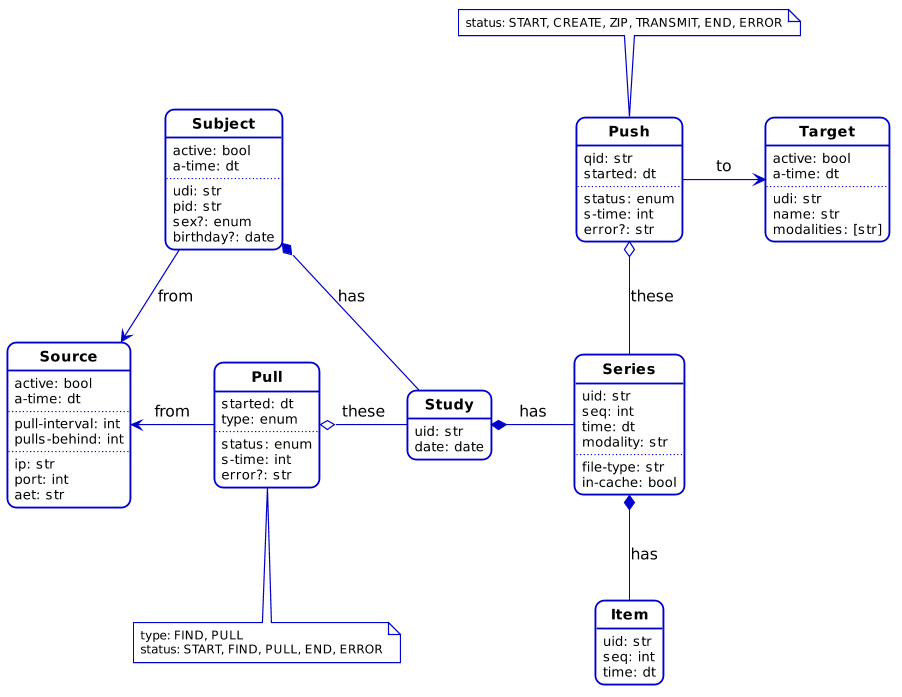
Earlier version of the PlantUML export docs/pull-push.png (shumy-tools/cad-proxy).
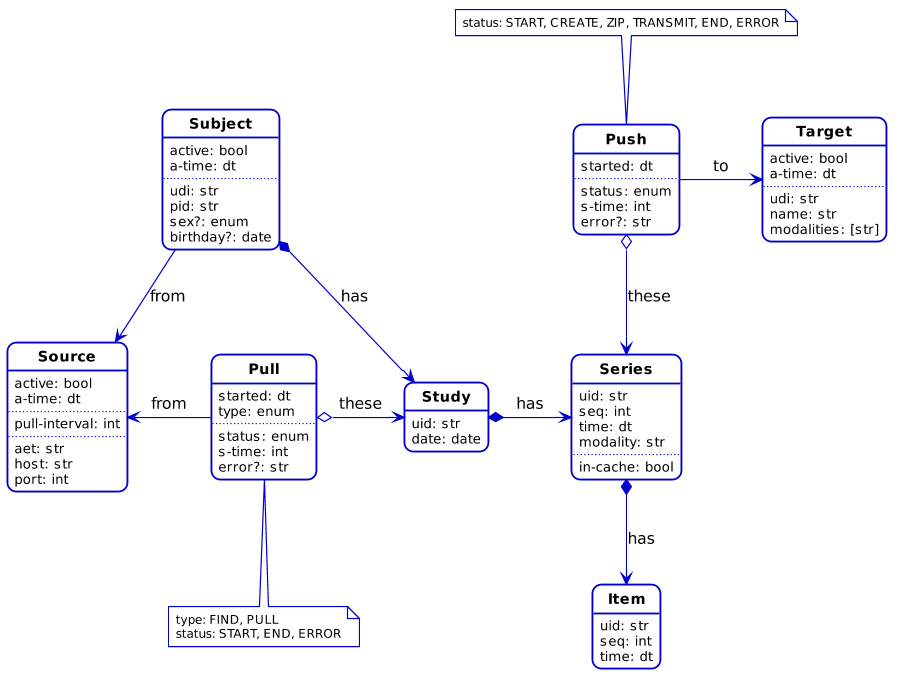
The same file after the commit.

The edit, as a diff of the source:
```diff
@@ -34,11 +34,10 @@
   a-time: dt
   ..
   pull-interval: int
-  pulls-behind: int
   ..
-  ip: str
+  aet: str
+  host: str
   port: int
-  aet: str
 }
 
 class Pull {
@@ -51,7 +50,7 @@
 }
 note bottom
   type: FIND, PULL
-  status: START, FIND, PULL, END, ERROR
+  status: START, END, ERROR
 end note
 
 class Subject {
@@ -76,7 +75,6 @@
   time: dt
   modality: str
   ..
-  file-type: str
   in-cache: bool
 }
 
@@ -87,7 +85,6 @@
 }
 
 class Push {
-  qid: str
   started: dt
   ..
   status: enum
@@ -109,15 +106,15 @@
 
 
 Pull -left-> Source:from
-Pull o-right- Study:these
+Pull o-right-> Study:these
 
 Subject --> Source:from
 
-Subject *-- Study:has
-Study *-right- Series:has
-Series *-- Item:has
+Subject *--> Study:has
+Study *-right-> Series:has
+Series *--> Item:has
 
-Push o-- Series:these
+Push o--> Series:these
 Push -right-> Target:to
 
 @enduml
```
